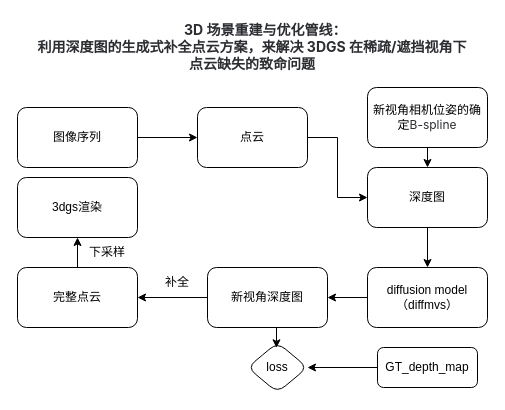
The draw.io diagram model_net.drawio in zzcPeace/draw.io, before the edit. Source tidied: cells renumbered, new cells numbered last; positions are measured from the earlier drawing's top-left corner, leaving out a move shared by most shapes. Both pictures are drawn from the tidied source at 100%, with x=0, y=0 at pixel (17, 17).
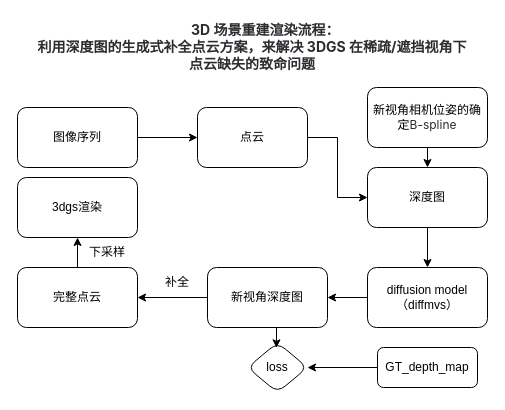
Above is the later version.

What changed in the source:
```diff
@@
-    <mxCell id="17" value="&lt;strong class=&quot;ng-star-inserted&quot; style=&quot;box-sizing: border-box; color: rgb(43, 45, 49); font-family: Inter, sans-serif; font-size: 14px; text-align: start; background-color: rgb(255, 255, 255);&quot;&gt;&lt;span class=&quot;ng-star-inserted&quot; style=&quot;box-sizing: border-box;&quot;&gt;&lt;span style=&quot;white-space: pre;&quot;&gt;&#9;&lt;/span&gt;3D 场景重建与优化管线：&lt;/span&gt;&lt;/strong&gt;&lt;div&gt;&lt;strong class=&quot;ng-star-inserted&quot; style=&quot;box-sizing: border-box; color: rgb(43, 45, 49); font-family: Inter, sans-serif; font-size: 14px; text-align: start; background-color: rgb(255, 255, 255);&quot;&gt;&lt;span class=&quot;ng-star-inserted&quot; style=&quot;box-sizing: border-box;&quot;&gt;利用深度图的生成式补全点云方案，来解决 3DGS 在稀疏/遮挡视角下&lt;/span&gt;&lt;/strong&gt;&lt;/div&gt;&lt;div&gt;&lt;strong class=&quot;ng-star-inserted&quot; style=&quot;box-sizing: border-box; color: rgb(43, 45, 49); font-family: Inter, sans-serif; font-size: 14px; text-align: start; background-color: rgb(255, 255, 255);&quot;&gt;&lt;span class=&quot;ng-star-inserted&quot; style=&quot;box-sizing: border-box;&quot;&gt;点云缺失的致命问题&lt;/span&gt;&lt;/strong&gt;&lt;/div&gt;" style="text;html=1;whiteSpace=wrap;strokeColor=none;fillColor=none;align=center;verticalAlign=middle;rounded=0;" parent="1" vertex="1">
+    <mxCell id="17" value="&lt;strong class=&quot;ng-star-inserted&quot; style=&quot;box-sizing: border-box; color: rgb(43, 45, 49); font-family: Inter, sans-serif; font-size: 14px; text-align: start; background-color: rgb(255, 255, 255);&quot;&gt;&lt;span class=&quot;ng-star-inserted&quot; style=&quot;box-sizing: border-box;&quot;&gt;&lt;span style=&quot;white-space: pre;&quot;&gt;&#9;&lt;/span&gt;3D 场景重建渲染流程：&lt;/span&gt;&lt;/strong&gt;&lt;div&gt;&lt;strong class=&quot;ng-star-inserted&quot; style=&quot;box-sizing: border-box; color: rgb(43, 45, 49); font-family: Inter, sans-serif; font-size: 14px; text-align: start; background-color: rgb(255, 255, 255);&quot;&gt;&lt;span class=&quot;ng-star-inserted&quot; style=&quot;box-sizing: border-box;&quot;&gt;利用深度图的生成式补全点云方案，来解决 3DGS 在稀疏/遮挡视角下&lt;/span&gt;&lt;/strong&gt;&lt;/div&gt;&lt;div&gt;&lt;strong class=&quot;ng-star-inserted&quot; style=&quot;box-sizing: border-box; color: rgb(43, 45, 49); font-family: Inter, sans-serif; font-size: 14px; text-align: start; background-color: rgb(255, 255, 255);&quot;&gt;&lt;span class=&quot;ng-star-inserted&quot; style=&quot;box-sizing: border-box;&quot;&gt;点云缺失的致命问题&lt;/span&gt;&lt;/strong&gt;&lt;/div&gt;" style="text;html=1;whiteSpace=wrap;strokeColor=none;fillColor=none;align=center;verticalAlign=middle;rounded=0;" parent="1" vertex="1">
       <mxGeometry width="470" height="60" as="geometry" />
     </mxCell>
```
